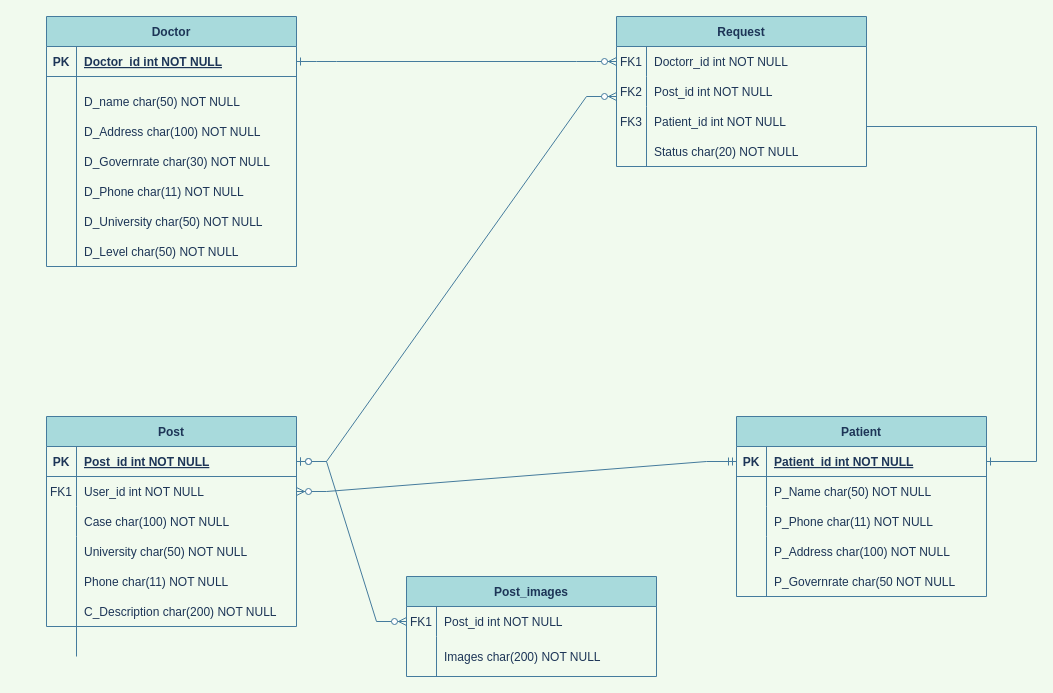
The draw.io diagram UML/scheme/SCHEMA.drawio in mahmoudayman55/Tayser, before the edit. Source tidied: cells renumbered, new cells numbered last; positions are measured from the earlier drawing's top-left corner, leaving out a move shared by most shapes. Both pictures are drawn from the tidied source at 100%, with x=0, y=0 at pixel (46, 16).
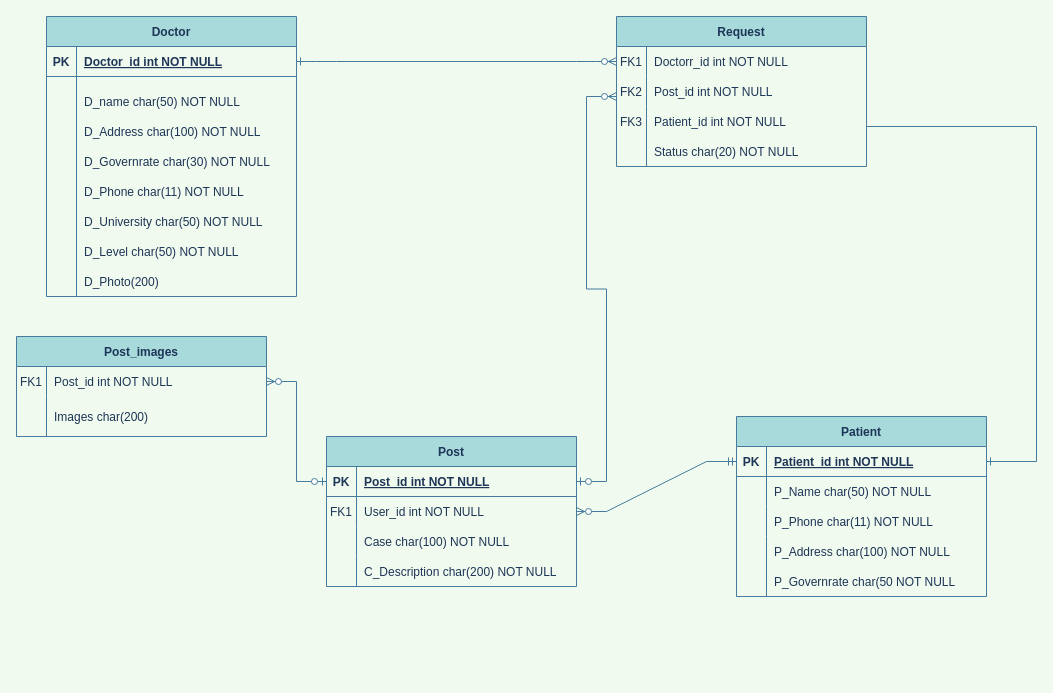
After the change.

Unchanged cells that the change refers to:
```xml
<mxCell id="32" style="shape=partialRectangle;fillColor=none;points=[[0,0.5],[1,0.5]];portConstraint=eastwest;top=0;left=0;right=0;bottom=0;strokeColor=#457B9D;fontColor=#1D3557;" parent="31" vertex="1">
  <mxGeometry y="30" width="250" height="30" as="geometry" />
</mxCell>
<mxCell id="35" style="shape=partialRectangle;fillColor=none;top=0;left=0;right=0;bottom=0;strokeColor=#457B9D;fontColor=#1D3557;" parent="31" vertex="1">
  <mxGeometry y="60" width="250" height="40" as="geometry" />
</mxCell>
<mxCell id="39" style="shape=partialRectangle;fillColor=none;points=[[0,0.5],[1,0.5]];portConstraint=eastwest;top=0;left=0;right=0;bottom=1;strokeColor=#457B9D;fontColor=#1D3557;" parent="38" vertex="1">
  <mxGeometry y="30" width="250" height="30" as="geometry" />
</mxCell>
```

Change to the diagram source:
```diff
@@
     <mxCell id="20" value="Doctor" style="shape=table;startSize=30;childLayout=tableLayout;rowLines=0;fontStyle=1;align=center;fillColor=#A8DADC;strokeColor=#457B9D;fontColor=#1D3557;" parent="1" vertex="1">
-      <mxGeometry width="250" height="250" as="geometry" />
+      <mxGeometry width="250" height="280" as="geometry" />
     </mxCell>
@@
     <mxCell id="29" style="endArrow=none;html=1;rounded=0;labelBackgroundColor=#F1FAEE;strokeColor=#457B9D;fontColor=#1D3557;" parent="1" edge="1">
       <mxGeometry relative="1" as="geometry">
-        <mxPoint x="30" y="250" as="sourcePoint" />
+        <mxPoint x="30" y="280" as="sourcePoint" />
         <mxPoint x="30" y="60" as="targetPoint" />
       </mxGeometry>
     </mxCell>
@@
     <mxCell id="31" value="Post_images" style="shape=table;startSize=30;childLayout=tableLayout;rowLines=0;fontStyle=1;align=center;fillColor=#A8DADC;strokeColor=#457B9D;fontColor=#1D3557;" parent="1" vertex="1">
-      <mxGeometry x="360" y="560" width="250" height="100" as="geometry" />
+      <mxGeometry x="-30" y="320" width="250" height="100" as="geometry" />
     </mxCell>
@@
-    <mxCell id="37" value="Images char(200) NOT NULL" style="shape=partialRectangle;overflow=hidden;fillColor=none;top=0;left=0;bottom=0;right=0;align=left;spacingLeft=6;strokeColor=#457B9D;fontColor=#1D3557;" parent="35" vertex="1">
+    <mxCell id="37" value="Images char(200) " style="shape=partialRectangle;overflow=hidden;fillColor=none;top=0;left=0;bottom=0;right=0;align=left;spacingLeft=6;strokeColor=#457B9D;fontColor=#1D3557;" parent="35" vertex="1">
       <mxGeometry x="30" width="220" height="40" as="geometry" />
     </mxCell>
     <mxCell id="38" value="Post" style="shape=table;startSize=30;childLayout=tableLayout;rowLines=0;fontStyle=1;align=center;fillColor=#A8DADC;strokeColor=#457B9D;fontColor=#1D3557;" parent="1" vertex="1">
-      <mxGeometry y="400" width="250" height="210" as="geometry" />
+      <mxGeometry x="280" y="420" width="250" height="150" as="geometry" />
     </mxCell>
@@
-    <mxCell id="53" value="University char(50) NOT NULL" style="shape=partialRectangle;overflow=hidden;fillColor=none;top=0;left=0;bottom=0;right=0;align=left;spacingLeft=6;strokeColor=#457B9D;fontColor=#1D3557;" parent="1" vertex="1">
-      <mxGeometry x="30" y="520" width="220" height="30" as="geometry" />
-    </mxCell>
     <mxCell id="54" value="C_Description char(200) NOT NULL" style="shape=partialRectangle;overflow=hidden;fillColor=none;top=0;left=0;bottom=0;right=0;align=left;spacingLeft=6;strokeColor=#457B9D;fontColor=#1D3557;" parent="1" vertex="1">
-      <mxGeometry x="30" y="580" width="220" height="30" as="geometry" />
+      <mxGeometry x="310" y="540" width="220" height="30" as="geometry" />
     </mxCell>
-    <mxCell id="55" value="Phone char(11) NOT NULL" style="shape=partialRectangle;overflow=hidden;fillColor=none;top=0;left=0;bottom=0;right=0;align=left;spacingLeft=6;strokeColor=#457B9D;fontColor=#1D3557;" parent="1" vertex="1">
-      <mxGeometry x="30" y="550" width="220" height="30" as="geometry" />
-    </mxCell>
@@
-    <mxCell id="62" style="edgeStyle=entityRelationEdgeStyle;fontSize=12;html=1;endArrow=ERzeroToMany;startArrow=ERzeroToOne;rounded=0;exitX=1;exitY=0.5;exitDx=0;exitDy=0;entryX=0;entryY=0.5;entryDx=0;entryDy=0;labelBackgroundColor=#F1FAEE;strokeColor=#457B9D;fontColor=#1D3557;" parent="1" edge="1" source="39" target="32">
+    <mxCell id="62" style="edgeStyle=entityRelationEdgeStyle;fontSize=12;html=1;endArrow=ERzeroToMany;startArrow=ERzeroToOne;rounded=0;exitX=0;exitY=0.5;exitDx=0;exitDy=0;entryX=1;entryY=0.5;entryDx=0;entryDy=0;labelBackgroundColor=#F1FAEE;strokeColor=#457B9D;fontColor=#1D3557;" parent="1" edge="1" source="39" target="32">
       <mxGeometry relative="1" as="geometry" />
     </mxCell>
     <mxCell id="63" style="endArrow=none;html=1;rounded=0;labelBackgroundColor=#F1FAEE;strokeColor=#457B9D;fontColor=#1D3557;" parent="1" edge="1">
       <mxGeometry relative="1" as="geometry">
-        <mxPoint x="30" y="640" as="sourcePoint" />
-        <mxPoint x="30" y="520" as="targetPoint" />
+        <mxPoint x="310" y="570" as="sourcePoint" />
+        <mxPoint x="310" y="540" as="targetPoint" />
       </mxGeometry>
     </mxCell>
+    <mxCell id="64" value="D_Photo(200)  " style="shape=partialRectangle;overflow=hidden;fillColor=none;top=0;left=0;bottom=0;right=0;align=left;spacingLeft=6;strokeColor=#457B9D;fontColor=#1D3557;" parent="1" vertex="1">
+      <mxGeometry x="30" y="250" width="220" height="30" as="geometry" />
+    </mxCell>
```
